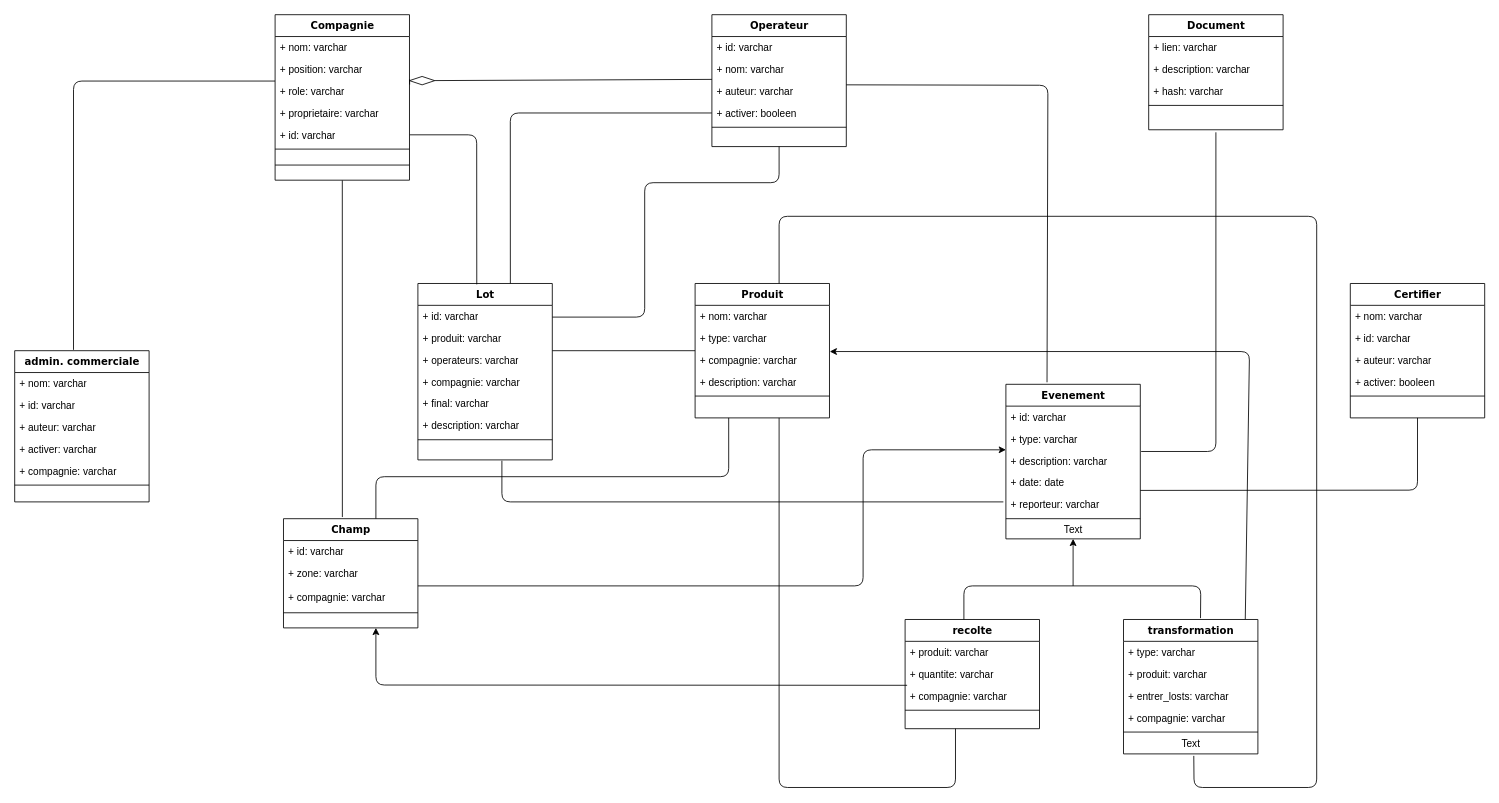
Above: Untitled Diagram.drawio in loosker95/diagram (draw.io), before the change. Source tidied: cells renumbered, new cells numbered last; positions are measured from the earlier drawing's top-left corner, leaving out a move shared by most shapes. Both pictures are drawn from the tidied source at 84%, with x=0, y=0 at pixel (14, 14).
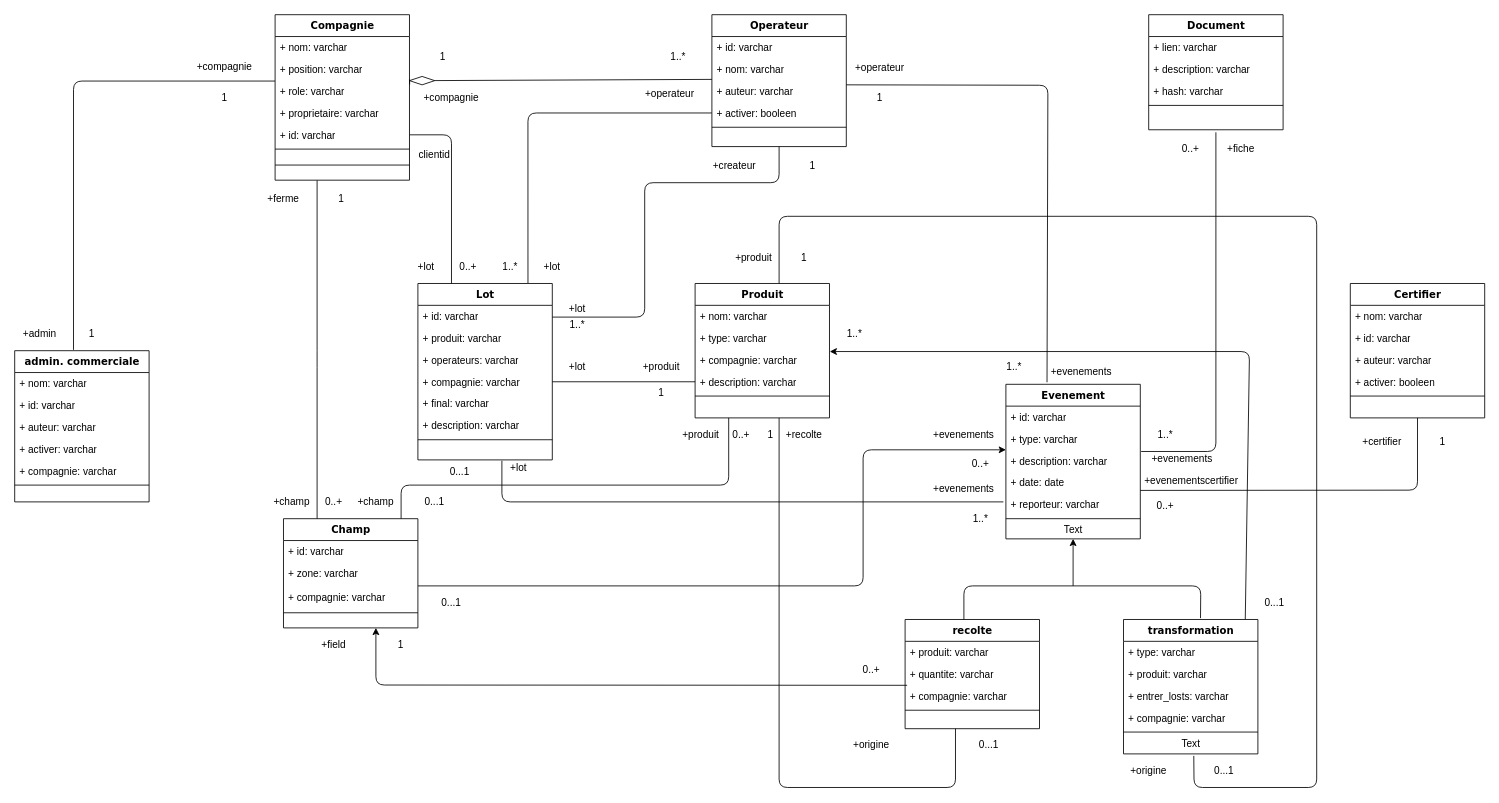
After the change.

The change refers to these unchanged cells:
```xml
<mxCell id="7" value="Compagnie" style="swimlane;html=1;fontStyle=1;align=center;verticalAlign=top;horizontal=1;startSize=26;swimlaneFillColor=#ffffff;rounded=0;shadow=0;comic=0;labelBackgroundColor=none;strokeWidth=1;fillColor=none;fontFamily=Verdana;fontSize=12;" parent="1" vertex="1">
  <mxGeometry x="310" width="160" height="197" as="geometry" />
</mxCell>
<mxCell id="12" value="+ id: varchar" style="text;html=1;strokeColor=none;fillColor=none;align=left;verticalAlign=top;spacingLeft=4;spacingRight=4;whiteSpace=wrap;overflow=hidden;points=[[0,0.5],[1,0.5]];portConstraint=eastwest;" parent="7" vertex="1">
  <mxGeometry y="130" width="160" height="26" as="geometry" />
</mxCell>
<mxCell id="15" value="Produit" style="swimlane;html=1;fontStyle=1;align=center;verticalAlign=top;horizontal=1;startSize=26;swimlaneFillColor=#ffffff;rounded=0;shadow=0;comic=0;labelBackgroundColor=none;strokeWidth=1;fillColor=none;fontFamily=Verdana;fontSize=12;" parent="1" vertex="1">
  <mxGeometry x="810" y="320" width="160" height="160" as="geometry" />
</mxCell>
<mxCell id="18" value="+ compagnie: varchar" style="text;html=1;strokeColor=none;fillColor=none;align=left;verticalAlign=top;spacingLeft=4;spacingRight=4;whiteSpace=wrap;overflow=hidden;points=[[0,0.5],[1,0.5]];portConstraint=eastwest;" parent="15" vertex="1">
  <mxGeometry y="78" width="160" height="26" as="geometry" />
</mxCell>
<mxCell id="19" value="+ description: varchar" style="text;html=1;strokeColor=none;fillColor=none;align=left;verticalAlign=top;spacingLeft=4;spacingRight=4;whiteSpace=wrap;overflow=hidden;points=[[0,0.5],[1,0.5]];portConstraint=eastwest;" parent="15" vertex="1">
  <mxGeometry y="104" width="160" height="26" as="geometry" />
</mxCell>
<mxCell id="21" value="Lot" style="swimlane;html=1;fontStyle=1;align=center;verticalAlign=top;horizontal=1;startSize=26;swimlaneFillColor=#ffffff;rounded=0;shadow=0;comic=0;labelBackgroundColor=none;strokeWidth=1;fillColor=none;fontFamily=Verdana;fontSize=12;" parent="1" vertex="1">
  <mxGeometry x="480" y="320" width="160" height="210" as="geometry" />
</mxCell>
<mxCell id="25" value="+ compagnie: varchar" style="text;html=1;strokeColor=none;fillColor=none;align=left;verticalAlign=top;spacingLeft=4;spacingRight=4;whiteSpace=wrap;overflow=hidden;points=[[0,0.5],[1,0.5]];portConstraint=eastwest;" parent="21" vertex="1">
  <mxGeometry y="104" width="160" height="26" as="geometry" />
</mxCell>
<mxCell id="30" value="Champ" style="swimlane;html=1;fontStyle=1;align=center;verticalAlign=top;horizontal=1;startSize=26;swimlaneFillColor=#ffffff;rounded=0;shadow=0;comic=0;labelBackgroundColor=none;strokeWidth=1;fillColor=none;fontFamily=Verdana;fontSize=12;" parent="1" vertex="1">
  <mxGeometry x="320" y="600" width="160" height="130" as="geometry" />
</mxCell>
<mxCell id="61" value="+ activer: booleen" style="text;html=1;strokeColor=none;fillColor=none;align=left;verticalAlign=top;spacingLeft=4;spacingRight=4;whiteSpace=wrap;overflow=hidden;points=[[0,0.5],[1,0.5]];portConstraint=eastwest;" parent="57" vertex="1">
  <mxGeometry y="104" width="160" height="26" as="geometry" />
</mxCell>
```

Change to the diagram source:
```diff
@@
-    <mxCell id="3" style="endArrow=none;html=1;entryX=0.5;entryY=1;entryDx=0;entryDy=0;exitX=0.438;exitY=-0.015;exitDx=0;exitDy=0;exitPerimeter=0;" parent="1" edge="1" source="30" target="7">
-      <mxGeometry relative="1" as="geometry" />
+    <mxCell id="3" style="endArrow=none;html=1;exitX=0.25;exitY=0;exitDx=0;exitDy=0;" parent="1" edge="1" source="30">
+      <mxGeometry relative="1" as="geometry">
+        <mxPoint x="360" y="197" as="targetPoint" />
+        <Array as="points">
+          <mxPoint x="360" y="410" />
+        </Array>
+      </mxGeometry>
     </mxCell>
-    <mxCell id="4" style="endArrow=none;html=1;entryX=1;entryY=0.5;entryDx=0;entryDy=0;exitX=0.438;exitY=0.005;exitDx=0;exitDy=0;exitPerimeter=0;" parent="1" edge="1" source="21" target="12">
+    <mxCell id="4" style="endArrow=none;html=1;entryX=1;entryY=0.5;entryDx=0;entryDy=0;exitX=0.25;exitY=0;exitDx=0;exitDy=0;" parent="1" edge="1" source="21" target="12">
       <mxGeometry relative="1" as="geometry">
         <Array as="points">
-          <mxPoint x="550" y="143" />
+          <mxPoint x="520" y="143" />
         </Array>
       </mxGeometry>
     </mxCell>
@@
-    <mxCell id="6" style="endArrow=none;html=1;exitX=0.688;exitY=0;exitDx=0;exitDy=0;exitPerimeter=0;entryX=0;entryY=0.5;entryDx=0;entryDy=0;" parent="1" edge="1" source="21" target="61">
+    <mxCell id="6" style="endArrow=none;html=1;exitX=0.819;exitY=-0.002;exitDx=0;exitDy=0;exitPerimeter=0;entryX=0;entryY=0.5;entryDx=0;entryDy=0;" parent="1" edge="1" source="21" target="61">
       <mxGeometry relative="1" as="geometry">
         <Array as="points">
-          <mxPoint x="590" y="117" />
+          <mxPoint x="611" y="117" />
         </Array>
       </mxGeometry>
     </mxCell>
@@
-    <mxCell id="35" style="endArrow=none;html=1;entryX=0.25;entryY=1;entryDx=0;entryDy=0;" parent="30" edge="1" target="15">
-      <mxGeometry relative="1" as="geometry">
-        <mxPoint x="110" as="sourcePoint" />
-        <Array as="points">
-          <mxPoint x="110" y="-50" />
-          <mxPoint x="530" y="-50" />
-        </Array>
-      </mxGeometry>
-    </mxCell>
@@
-    <mxCell id="74" style="endArrow=none;html=1;entryX=0;entryY=0.077;entryDx=0;entryDy=0;entryPerimeter=0;" parent="1" edge="1" target="18">
-      <mxGeometry relative="1" as="geometry">
-        <mxPoint x="640" y="400" as="sourcePoint" />
-      </mxGeometry>
+    <mxCell id="74" style="endArrow=none;html=1;exitX=1;exitY=0.5;exitDx=0;exitDy=0;entryX=0;entryY=0.5;entryDx=0;entryDy=0;" parent="1" edge="1" source="25" target="19">
+      <mxGeometry relative="1" as="geometry" />
     </mxCell>
@@
+    <mxCell id="94" value="+compagnie" style="text;html=1;strokeColor=none;fillColor=none;align=center;verticalAlign=middle;whiteSpace=wrap;rounded=0;" parent="1" vertex="1">
+      <mxGeometry x="230" y="52" width="40" height="20" as="geometry" />
+    </mxCell>
+    <mxCell id="95" value="+admin" style="text;html=1;strokeColor=none;fillColor=none;align=center;verticalAlign=middle;whiteSpace=wrap;rounded=0;" parent="1" vertex="1">
+      <mxGeometry x="10" y="370" width="40" height="20" as="geometry" />
+    </mxCell>
+    <mxCell id="96" value="1" style="text;html=1;strokeColor=none;fillColor=none;align=center;verticalAlign=middle;whiteSpace=wrap;rounded=0;" parent="1" vertex="1">
+      <mxGeometry x="72" y="370" width="40" height="20" as="geometry" />
+    </mxCell>
+    <mxCell id="97" value="1" style="text;html=1;strokeColor=none;fillColor=none;align=center;verticalAlign=middle;whiteSpace=wrap;rounded=0;" parent="1" vertex="1">
+      <mxGeometry x="230" y="88.5" width="40" height="20" as="geometry" />
+    </mxCell>
+    <mxCell id="98" value="1" style="text;html=1;strokeColor=none;fillColor=none;align=center;verticalAlign=middle;whiteSpace=wrap;rounded=0;" parent="1" vertex="1">
+      <mxGeometry x="369" y="210" width="40" height="20" as="geometry" />
+    </mxCell>
+    <mxCell id="99" value="1" style="text;html=1;strokeColor=none;fillColor=none;align=center;verticalAlign=middle;whiteSpace=wrap;rounded=0;" parent="1" vertex="1">
+      <mxGeometry x="490" y="40" width="40" height="20" as="geometry" />
+    </mxCell>
+    <mxCell id="100" value="+compagnie" style="text;html=1;strokeColor=none;fillColor=none;align=center;verticalAlign=middle;whiteSpace=wrap;rounded=0;" parent="1" vertex="1">
+      <mxGeometry x="500" y="88.5" width="40" height="20" as="geometry" />
+    </mxCell>
+    <mxCell id="101" value="+ferme" style="text;html=1;strokeColor=none;fillColor=none;align=center;verticalAlign=middle;whiteSpace=wrap;rounded=0;" parent="1" vertex="1">
+      <mxGeometry x="300" y="210" width="40" height="20" as="geometry" />
+    </mxCell>
+    <mxCell id="102" value="+champ" style="text;html=1;strokeColor=none;fillColor=none;align=center;verticalAlign=middle;whiteSpace=wrap;rounded=0;" parent="1" vertex="1">
+      <mxGeometry x="310" y="570" width="40" height="20" as="geometry" />
+    </mxCell>
+    <mxCell id="103" value="+field" style="text;html=1;strokeColor=none;fillColor=none;align=center;verticalAlign=middle;whiteSpace=wrap;rounded=0;" parent="1" vertex="1">
+      <mxGeometry x="360" y="740" width="40" height="20" as="geometry" />
+    </mxCell>
+    <mxCell id="104" value="1" style="text;html=1;strokeColor=none;fillColor=none;align=center;verticalAlign=middle;whiteSpace=wrap;rounded=0;" parent="1" vertex="1">
+      <mxGeometry x="440" y="740" width="40" height="20" as="geometry" />
+    </mxCell>
+    <mxCell id="105" value="0...1" style="text;html=1;strokeColor=none;fillColor=none;align=center;verticalAlign=middle;whiteSpace=wrap;rounded=0;" parent="1" vertex="1">
+      <mxGeometry x="500" y="690" width="40" height="20" as="geometry" />
+    </mxCell>
+    <mxCell id="106" value="0...1" style="text;html=1;strokeColor=none;fillColor=none;align=center;verticalAlign=middle;whiteSpace=wrap;rounded=0;" parent="1" vertex="1">
+      <mxGeometry x="480" y="570" width="40" height="20" as="geometry" />
+    </mxCell>
+    <mxCell id="107" value="+champ" style="text;html=1;strokeColor=none;fillColor=none;align=center;verticalAlign=middle;whiteSpace=wrap;rounded=0;" parent="1" vertex="1">
+      <mxGeometry x="410" y="570" width="40" height="20" as="geometry" />
+    </mxCell>
+    <mxCell id="35" style="endArrow=none;html=1;entryX=0.25;entryY=1;entryDx=0;entryDy=0;" parent="1" edge="1" target="15">
+      <mxGeometry relative="1" as="geometry">
+        <mxPoint x="460" y="600" as="sourcePoint" />
+        <Array as="points">
+          <mxPoint x="460" y="560" />
+          <mxPoint x="850" y="560" />
+        </Array>
+      </mxGeometry>
+    </mxCell>
+    <mxCell id="108" value="0..+" style="text;html=1;strokeColor=none;fillColor=none;align=center;verticalAlign=middle;whiteSpace=wrap;rounded=0;" parent="1" vertex="1">
+      <mxGeometry x="360" y="570" width="40" height="20" as="geometry" />
+    </mxCell>
+    <mxCell id="109" value="+lot" style="text;html=1;strokeColor=none;fillColor=none;align=center;verticalAlign=middle;whiteSpace=wrap;rounded=0;" parent="1" vertex="1">
+      <mxGeometry x="470" y="290" width="40" height="20" as="geometry" />
+    </mxCell>
+    <mxCell id="110" value="clientid" style="text;html=1;strokeColor=none;fillColor=none;align=center;verticalAlign=middle;whiteSpace=wrap;rounded=0;" parent="1" vertex="1">
+      <mxGeometry x="480" y="157" width="40" height="20" as="geometry" />
+    </mxCell>
+    <mxCell id="111" value="1..*" style="text;html=1;strokeColor=none;fillColor=none;align=center;verticalAlign=middle;whiteSpace=wrap;rounded=0;" parent="1" vertex="1">
+      <mxGeometry x="770" y="40" width="40" height="20" as="geometry" />
+    </mxCell>
+    <mxCell id="112" value="+operateur" style="text;html=1;strokeColor=none;fillColor=none;align=center;verticalAlign=middle;whiteSpace=wrap;rounded=0;" parent="1" vertex="1">
+      <mxGeometry x="760" y="83.5" width="40" height="20" as="geometry" />
+    </mxCell>
+    <mxCell id="113" value="+lot" style="text;html=1;strokeColor=none;fillColor=none;align=center;verticalAlign=middle;whiteSpace=wrap;rounded=0;" parent="1" vertex="1">
+      <mxGeometry x="620" y="290" width="40" height="20" as="geometry" />
+    </mxCell>
+    <mxCell id="114" value="0..+" style="text;html=1;strokeColor=none;fillColor=none;align=center;verticalAlign=middle;whiteSpace=wrap;rounded=0;" parent="1" vertex="1">
+      <mxGeometry x="520" y="290" width="40" height="20" as="geometry" />
+    </mxCell>
+    <mxCell id="115" value="1..*" style="text;html=1;strokeColor=none;fillColor=none;align=center;verticalAlign=middle;whiteSpace=wrap;rounded=0;" parent="1" vertex="1">
+      <mxGeometry x="570" y="290" width="40" height="20" as="geometry" />
+    </mxCell>
+    <mxCell id="116" value="+lot" style="text;html=1;strokeColor=none;fillColor=none;align=center;verticalAlign=middle;whiteSpace=wrap;rounded=0;" parent="1" vertex="1">
+      <mxGeometry x="650" y="340" width="40" height="20" as="geometry" />
+    </mxCell>
+    <mxCell id="117" value="1..*" style="text;html=1;strokeColor=none;fillColor=none;align=center;verticalAlign=middle;whiteSpace=wrap;rounded=0;" parent="1" vertex="1">
+      <mxGeometry x="650" y="360" width="40" height="20" as="geometry" />
+    </mxCell>
+    <mxCell id="118" value="+lot" style="text;html=1;strokeColor=none;fillColor=none;align=center;verticalAlign=middle;whiteSpace=wrap;rounded=0;" parent="1" vertex="1">
+      <mxGeometry x="650" y="410" width="40" height="20" as="geometry" />
+    </mxCell>
+    <mxCell id="119" value="+lot" style="text;html=1;strokeColor=none;fillColor=none;align=center;verticalAlign=middle;whiteSpace=wrap;rounded=0;" parent="1" vertex="1">
+      <mxGeometry x="580" y="530" width="40" height="20" as="geometry" />
+    </mxCell>
+    <mxCell id="120" value="0...1" style="text;html=1;strokeColor=none;fillColor=none;align=center;verticalAlign=middle;whiteSpace=wrap;rounded=0;" parent="1" vertex="1">
+      <mxGeometry x="510" y="535" width="40" height="20" as="geometry" />
+    </mxCell>
+    <mxCell id="121" value="0..+" style="text;html=1;strokeColor=none;fillColor=none;align=center;verticalAlign=middle;whiteSpace=wrap;rounded=0;" parent="1" vertex="1">
+      <mxGeometry x="1000" y="770" width="40" height="20" as="geometry" />
+    </mxCell>
+    <mxCell id="122" value="+origine" style="text;html=1;strokeColor=none;fillColor=none;align=center;verticalAlign=middle;whiteSpace=wrap;rounded=0;" parent="1" vertex="1">
+      <mxGeometry x="1000" y="860" width="40" height="20" as="geometry" />
+    </mxCell>
+    <mxCell id="123" value="0...1" style="text;html=1;strokeColor=none;fillColor=none;align=center;verticalAlign=middle;whiteSpace=wrap;rounded=0;" parent="1" vertex="1">
+      <mxGeometry x="1140" y="860" width="40" height="20" as="geometry" />
+    </mxCell>
+    <mxCell id="124" value="+origine" style="text;html=1;strokeColor=none;fillColor=none;align=center;verticalAlign=middle;whiteSpace=wrap;rounded=0;" parent="1" vertex="1">
+      <mxGeometry x="1330" y="890" width="40" height="20" as="geometry" />
+    </mxCell>
+    <mxCell id="125" value="0...1" style="text;html=1;strokeColor=none;fillColor=none;align=center;verticalAlign=middle;whiteSpace=wrap;rounded=0;" parent="1" vertex="1">
+      <mxGeometry x="1420" y="890" width="40" height="20" as="geometry" />
+    </mxCell>
+    <mxCell id="126" value="0..+" style="text;html=1;strokeColor=none;fillColor=none;align=center;verticalAlign=middle;whiteSpace=wrap;rounded=0;" parent="1" vertex="1">
+      <mxGeometry x="1130" y="525" width="40" height="20" as="geometry" />
+    </mxCell>
+    <mxCell id="127" value="1..*" style="text;html=1;strokeColor=none;fillColor=none;align=center;verticalAlign=middle;whiteSpace=wrap;rounded=0;" parent="1" vertex="1">
+      <mxGeometry x="1130" y="590" width="40" height="20" as="geometry" />
+    </mxCell>
+    <mxCell id="128" value="+evenements" style="text;html=1;strokeColor=none;fillColor=none;align=center;verticalAlign=middle;whiteSpace=wrap;rounded=0;" parent="1" vertex="1">
+      <mxGeometry x="1110" y="490" width="40" height="20" as="geometry" />
+    </mxCell>
+    <mxCell id="129" value="+evenements" style="text;html=1;strokeColor=none;fillColor=none;align=center;verticalAlign=middle;whiteSpace=wrap;rounded=0;" parent="1" vertex="1">
+      <mxGeometry x="1110" y="555" width="40" height="20" as="geometry" />
+    </mxCell>
+    <mxCell id="130" value="+evenements" style="text;html=1;strokeColor=none;fillColor=none;align=center;verticalAlign=middle;whiteSpace=wrap;rounded=0;" parent="1" vertex="1">
+      <mxGeometry x="1370" y="519" width="40" height="20" as="geometry" />
+    </mxCell>
+    <mxCell id="131" value="0..+" style="text;html=1;strokeColor=none;fillColor=none;align=center;verticalAlign=middle;whiteSpace=wrap;rounded=0;" parent="1" vertex="1">
+      <mxGeometry x="1350" y="575" width="40" height="20" as="geometry" />
+    </mxCell>
+    <mxCell id="132" value="1..*" style="text;html=1;strokeColor=none;fillColor=none;align=center;verticalAlign=middle;whiteSpace=wrap;rounded=0;" parent="1" vertex="1">
+      <mxGeometry x="1350" y="490" width="40" height="20" as="geometry" />
+    </mxCell>
+    <mxCell id="133" value="+evenements" style="text;html=1;strokeColor=none;fillColor=none;align=center;verticalAlign=middle;whiteSpace=wrap;rounded=0;" parent="1" vertex="1">
+      <mxGeometry x="1250" y="415" width="40" height="20" as="geometry" />
+    </mxCell>
+    <mxCell id="134" value="1..*" style="text;html=1;strokeColor=none;fillColor=none;align=center;verticalAlign=middle;whiteSpace=wrap;rounded=0;" parent="1" vertex="1">
+      <mxGeometry x="1170" y="410" width="40" height="20" as="geometry" />
+    </mxCell>
+    <mxCell id="135" value="+evenementscertifier" style="text;html=1;strokeColor=none;fillColor=none;align=center;verticalAlign=middle;whiteSpace=wrap;rounded=0;" parent="1" vertex="1">
+      <mxGeometry x="1381" y="545" width="40" height="20" as="geometry" />
+    </mxCell>
+    <mxCell id="136" value="+produit" style="text;html=1;strokeColor=none;fillColor=none;align=center;verticalAlign=middle;whiteSpace=wrap;rounded=0;" parent="1" vertex="1">
+      <mxGeometry x="797" y="490" width="40" height="20" as="geometry" />
+    </mxCell>
+    <mxCell id="137" value="0..+" style="text;html=1;strokeColor=none;fillColor=none;align=center;verticalAlign=middle;whiteSpace=wrap;rounded=0;" parent="1" vertex="1">
+      <mxGeometry x="845" y="490" width="40" height="20" as="geometry" />
+    </mxCell>
+    <mxCell id="138" value="1" style="text;html=1;strokeColor=none;fillColor=none;align=center;verticalAlign=middle;whiteSpace=wrap;rounded=0;" parent="1" vertex="1">
+      <mxGeometry x="880" y="490" width="40" height="20" as="geometry" />
+    </mxCell>
+    <mxCell id="139" value="+recolte" style="text;html=1;strokeColor=none;fillColor=none;align=center;verticalAlign=middle;whiteSpace=wrap;rounded=0;" parent="1" vertex="1">
+      <mxGeometry x="920" y="490" width="40" height="20" as="geometry" />
+    </mxCell>
+    <mxCell id="140" value="1..*" style="text;html=1;strokeColor=none;fillColor=none;align=center;verticalAlign=middle;whiteSpace=wrap;rounded=0;" parent="1" vertex="1">
+      <mxGeometry x="980" y="370" width="40" height="20" as="geometry" />
+    </mxCell>
+    <mxCell id="141" value="1" style="text;html=1;strokeColor=none;fillColor=none;align=center;verticalAlign=middle;whiteSpace=wrap;rounded=0;" parent="1" vertex="1">
+      <mxGeometry x="920" y="280" width="40" height="20" as="geometry" />
+    </mxCell>
+    <mxCell id="142" value="+produit" style="text;html=1;strokeColor=none;fillColor=none;align=center;verticalAlign=middle;whiteSpace=wrap;rounded=0;" parent="1" vertex="1">
+      <mxGeometry x="860" y="280" width="40" height="20" as="geometry" />
+    </mxCell>
+    <mxCell id="143" value="+produit" style="text;html=1;strokeColor=none;fillColor=none;align=center;verticalAlign=middle;whiteSpace=wrap;rounded=0;" parent="1" vertex="1">
+      <mxGeometry x="750" y="410" width="40" height="20" as="geometry" />
+    </mxCell>
+    <mxCell id="144" value="1" style="text;html=1;strokeColor=none;fillColor=none;align=center;verticalAlign=middle;whiteSpace=wrap;rounded=0;" parent="1" vertex="1">
+      <mxGeometry x="750" y="440" width="40" height="20" as="geometry" />
+    </mxCell>
+    <mxCell id="145" value="+operateur" style="text;html=1;strokeColor=none;fillColor=none;align=center;verticalAlign=middle;whiteSpace=wrap;rounded=0;" parent="1" vertex="1">
+      <mxGeometry x="1010" y="53.5" width="40" height="20" as="geometry" />
+    </mxCell>
+    <mxCell id="146" value="1" style="text;html=1;strokeColor=none;fillColor=none;align=center;verticalAlign=middle;whiteSpace=wrap;rounded=0;" parent="1" vertex="1">
+      <mxGeometry x="1010" y="88.5" width="40" height="20" as="geometry" />
+    </mxCell>
+    <mxCell id="147" value="1" style="text;html=1;strokeColor=none;fillColor=none;align=center;verticalAlign=middle;whiteSpace=wrap;rounded=0;" parent="1" vertex="1">
+      <mxGeometry x="930" y="170" width="40" height="20" as="geometry" />
+    </mxCell>
+    <mxCell id="148" value="+createur" style="text;html=1;strokeColor=none;fillColor=none;align=center;verticalAlign=middle;whiteSpace=wrap;rounded=0;" parent="1" vertex="1">
+      <mxGeometry x="837" y="170" width="40" height="20" as="geometry" />
+    </mxCell>
+    <mxCell id="149" value="0..+" style="text;html=1;strokeColor=none;fillColor=none;align=center;verticalAlign=middle;whiteSpace=wrap;rounded=0;" parent="1" vertex="1">
+      <mxGeometry x="1380" y="150" width="40" height="20" as="geometry" />
+    </mxCell>
+    <mxCell id="150" value="+fiche" style="text;html=1;strokeColor=none;fillColor=none;align=center;verticalAlign=middle;whiteSpace=wrap;rounded=0;" parent="1" vertex="1">
+      <mxGeometry x="1440" y="150" width="40" height="20" as="geometry" />
+    </mxCell>
+    <mxCell id="151" value="0...1" style="text;html=1;strokeColor=none;fillColor=none;align=center;verticalAlign=middle;whiteSpace=wrap;rounded=0;" parent="1" vertex="1">
+      <mxGeometry x="1480" y="690" width="40" height="20" as="geometry" />
+    </mxCell>
+    <mxCell id="152" value="1" style="text;html=1;strokeColor=none;fillColor=none;align=center;verticalAlign=middle;whiteSpace=wrap;rounded=0;" parent="1" vertex="1">
+      <mxGeometry x="1680" y="499" width="40" height="20" as="geometry" />
+    </mxCell>
+    <mxCell id="153" value="+certifier" style="text;html=1;strokeColor=none;fillColor=none;align=center;verticalAlign=middle;whiteSpace=wrap;rounded=0;" parent="1" vertex="1">
+      <mxGeometry x="1608" y="499" width="40" height="20" as="geometry" />
+    </mxCell>
```
